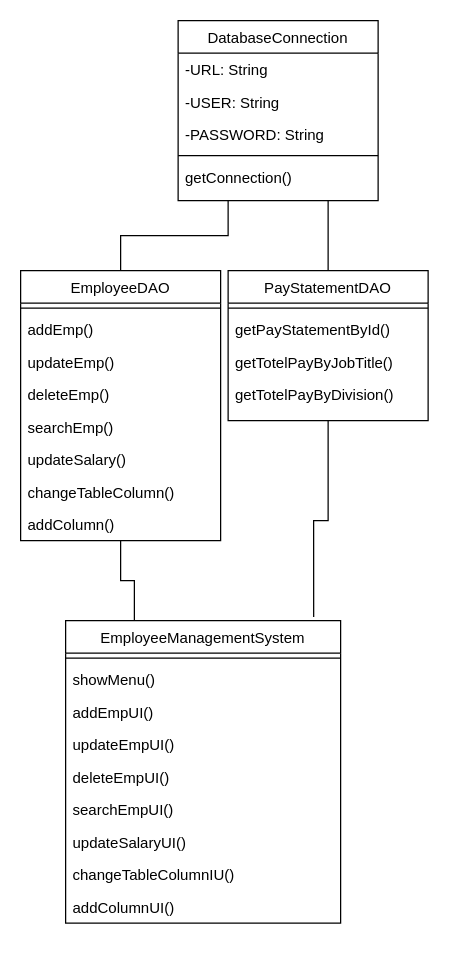
The draw.io diagram Diagram/classDiagram2.drawio in linnypham/CSC3350_project, before the edit. Source tidied: cells renumbered, new cells numbered last; positions are measured from the earlier drawing's top-left corner, leaving out a move shared by most shapes. Both pictures are drawn from the tidied source at 125%, with x=0, y=0 at pixel (20, 20).
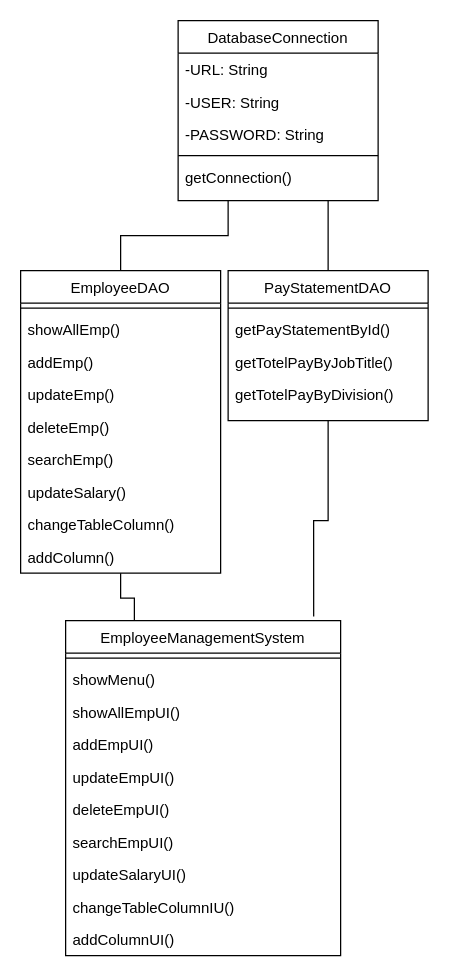
Above is the later version.

Diff of the diagram source:
```diff
@@
     <mxCell id="4" value="EmployeeDAO" style="swimlane;fontStyle=0;align=center;verticalAlign=top;horizontal=1;startSize=26;rounded=0;shadow=0;strokeWidth=1;" parent="1" vertex="1">
-      <mxGeometry y="200" width="160" height="216" as="geometry" />
+      <mxGeometry y="200" width="160" height="242" as="geometry" />
     </mxCell>
@@
+    <mxCell id="36" value="showAllEmp()" style="text;align=left;verticalAlign=top;spacingLeft=4;spacingRight=4;overflow=hidden;" parent="4" vertex="1">
+      <mxGeometry y="34" width="160" height="26" as="geometry" />
+    </mxCell>
     <mxCell id="6" value="addEmp()" style="text;align=left;verticalAlign=top;spacingLeft=4;spacingRight=4;overflow=hidden;" parent="4" vertex="1">
-      <mxGeometry y="34" width="160" height="26" as="geometry" />
+      <mxGeometry y="60" width="160" height="26" as="geometry" />
     </mxCell>
     <mxCell id="7" value="updateEmp()" style="text;align=left;verticalAlign=top;spacingLeft=4;spacingRight=4;overflow=hidden;" parent="4" vertex="1">
-      <mxGeometry y="60" width="160" height="26" as="geometry" />
+      <mxGeometry y="86" width="160" height="26" as="geometry" />
     </mxCell>
     <mxCell id="8" value="deleteEmp()" style="text;align=left;verticalAlign=top;spacingLeft=4;spacingRight=4;overflow=hidden;" parent="4" vertex="1">
-      <mxGeometry y="86" width="160" height="26" as="geometry" />
+      <mxGeometry y="112" width="160" height="26" as="geometry" />
     </mxCell>
     <mxCell id="9" value="searchEmp()" style="text;align=left;verticalAlign=top;spacingLeft=4;spacingRight=4;overflow=hidden;" parent="4" vertex="1">
-      <mxGeometry y="112" width="160" height="26" as="geometry" />
+      <mxGeometry y="138" width="160" height="26" as="geometry" />
     </mxCell>
     <mxCell id="10" value="updateSalary()" style="text;align=left;verticalAlign=top;spacingLeft=4;spacingRight=4;overflow=hidden;" parent="4" vertex="1">
-      <mxGeometry y="138" width="160" height="26" as="geometry" />
+      <mxGeometry y="164" width="160" height="26" as="geometry" />
     </mxCell>
     <mxCell id="11" value="changeTableColumn()" style="text;align=left;verticalAlign=top;spacingLeft=4;spacingRight=4;overflow=hidden;" parent="4" vertex="1">
-      <mxGeometry y="164" width="160" height="26" as="geometry" />
+      <mxGeometry y="190" width="160" height="26" as="geometry" />
     </mxCell>
     <mxCell id="12" value="addColumn()" style="text;align=left;verticalAlign=top;spacingLeft=4;spacingRight=4;overflow=hidden;" parent="4" vertex="1">
-      <mxGeometry y="190" width="160" height="26" as="geometry" />
+      <mxGeometry y="216" width="160" height="26" as="geometry" />
     </mxCell>
@@
     <mxCell id="20" value="EmployeeManagementSystem" style="swimlane;fontStyle=0;align=center;verticalAlign=top;horizontal=1;startSize=26;rounded=0;shadow=0;strokeWidth=1;" parent="1" vertex="1">
-      <mxGeometry x="36" y="480" width="220" height="242" as="geometry" />
+      <mxGeometry x="36" y="480" width="220" height="268" as="geometry" />
     </mxCell>
@@
+    <mxCell id="37" value="showAllEmpUI()" style="text;align=left;verticalAlign=top;spacingLeft=4;spacingRight=4;overflow=hidden;" parent="20" vertex="1">
+      <mxGeometry y="60" width="220" height="26" as="geometry" />
+    </mxCell>
     <mxCell id="23" value="addEmpUI()" style="text;align=left;verticalAlign=top;spacingLeft=4;spacingRight=4;overflow=hidden;" parent="20" vertex="1">
-      <mxGeometry y="60" width="220" height="26" as="geometry" />
+      <mxGeometry y="86" width="220" height="26" as="geometry" />
     </mxCell>
     <mxCell id="24" value="updateEmpUI()" style="text;align=left;verticalAlign=top;spacingLeft=4;spacingRight=4;overflow=hidden;" parent="20" vertex="1">
-      <mxGeometry y="86" width="220" height="26" as="geometry" />
+      <mxGeometry y="112" width="220" height="26" as="geometry" />
     </mxCell>
     <mxCell id="25" value="deleteEmpUI()" style="text;align=left;verticalAlign=top;spacingLeft=4;spacingRight=4;overflow=hidden;" parent="20" vertex="1">
-      <mxGeometry y="112" width="220" height="26" as="geometry" />
+      <mxGeometry y="138" width="220" height="26" as="geometry" />
     </mxCell>
     <mxCell id="26" value="searchEmpUI()" style="text;align=left;verticalAlign=top;spacingLeft=4;spacingRight=4;overflow=hidden;" parent="20" vertex="1">
-      <mxGeometry y="138" width="220" height="26" as="geometry" />
+      <mxGeometry y="164" width="220" height="26" as="geometry" />
     </mxCell>
     <mxCell id="27" value="updateSalaryUI()" style="text;align=left;verticalAlign=top;spacingLeft=4;spacingRight=4;overflow=hidden;" parent="20" vertex="1">
-      <mxGeometry y="164" width="220" height="26" as="geometry" />
+      <mxGeometry y="190" width="220" height="26" as="geometry" />
     </mxCell>
     <mxCell id="28" value="changeTableColumnIU()" style="text;align=left;verticalAlign=top;spacingLeft=4;spacingRight=4;overflow=hidden;" parent="20" vertex="1">
-      <mxGeometry y="190" width="220" height="26" as="geometry" />
+      <mxGeometry y="216" width="220" height="26" as="geometry" />
     </mxCell>
     <mxCell id="29" value="addColumnUI()" style="text;align=left;verticalAlign=top;spacingLeft=4;spacingRight=4;overflow=hidden;" parent="20" vertex="1">
-      <mxGeometry y="216" width="220" height="26" as="geometry" />
+      <mxGeometry y="242" width="220" height="26" as="geometry" />
     </mxCell>
```
